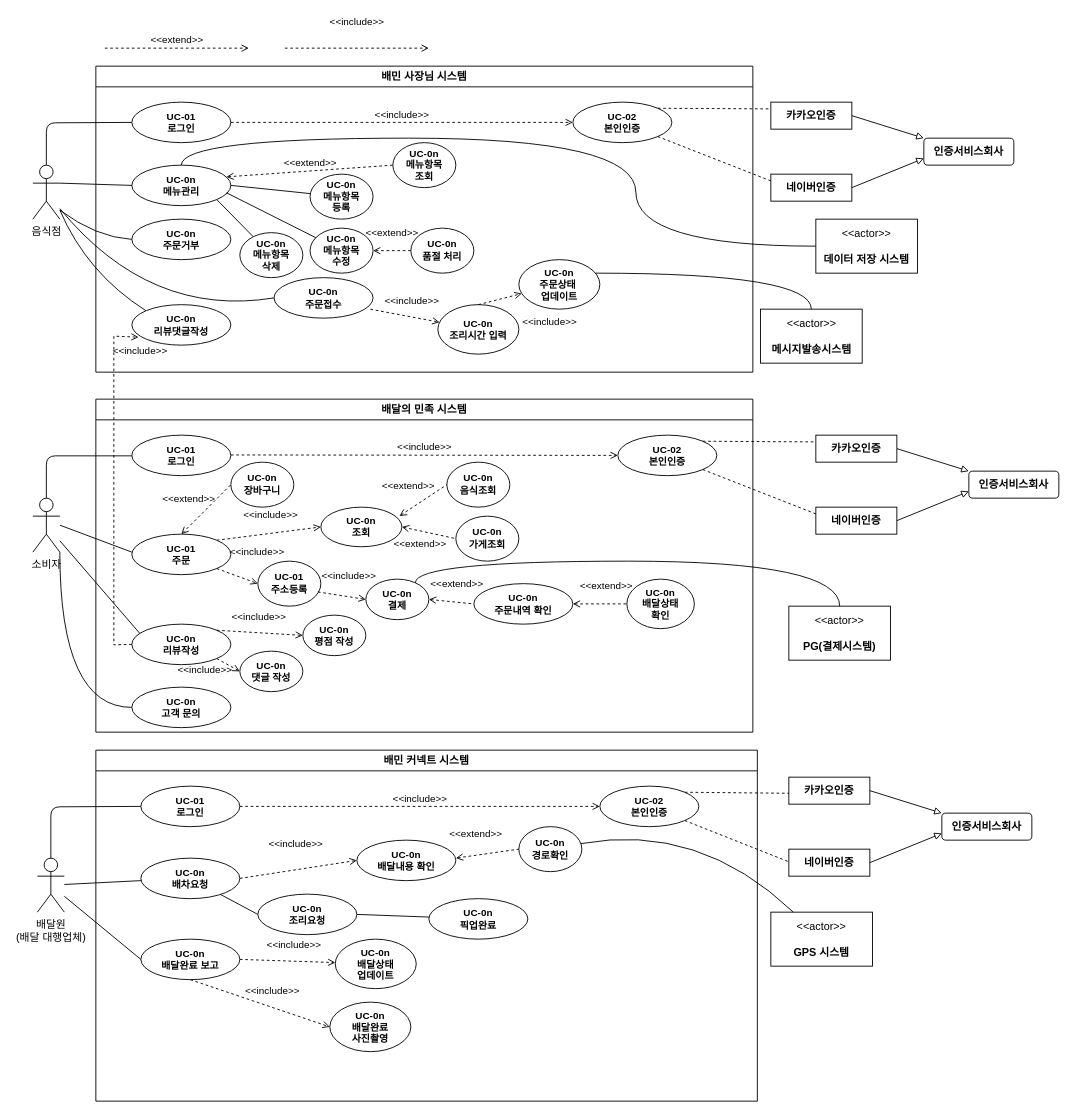
Above: 소웨공 기말.drawio in hyun10144/Lecture3-1 (draw.io), before the change. Source tidied: cells renumbered, new cells numbered last; positions are measured from the earlier drawing's top-left corner, leaving out a move shared by most shapes. Both pictures are drawn from the tidied source at 90%, with x=0, y=0 at pixel (32, 48).
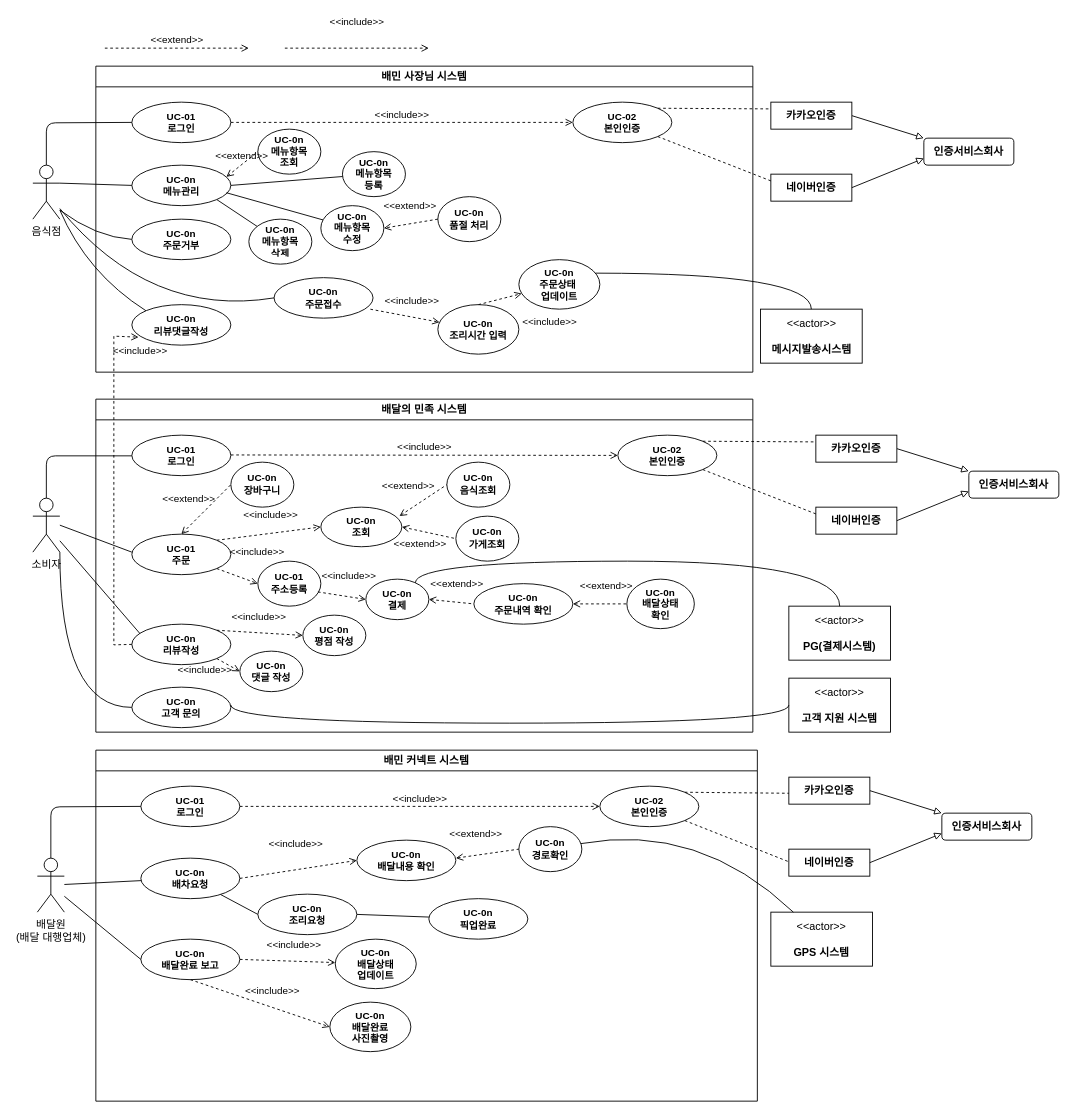
After the change.

Commit message (it also covers changes not shown here):
소웨공 기말.drawio 업데이트

The change refers to these unchanged cells:
```xml
<mxCell id="2" value="배민 사장님 시스템" style="swimlane;whiteSpace=wrap;html=1;" parent="1" vertex="1">
  <mxGeometry x="70" y="20" width="730" height="340" as="geometry" />
</mxCell>
<mxCell id="4" value="&lt;div&gt;&lt;b&gt;UC-0n&lt;/b&gt;&lt;/div&gt;&lt;b&gt;메뉴관리&lt;/b&gt;" style="ellipse;whiteSpace=wrap;html=1;fontFamily=Helvetica;fontSize=11;fontColor=default;labelBackgroundColor=default;" parent="2" vertex="1">
  <mxGeometry x="40" y="110" width="110" height="45" as="geometry" />
</mxCell>
```

Diff of the diagram source:
```diff
@@
     <mxCell id="9" value="&lt;div&gt;&lt;b&gt;UC-0n&lt;/b&gt;&lt;/div&gt;&lt;b&gt;메뉴항목&lt;/b&gt;&lt;div&gt;&lt;b&gt;조회&lt;/b&gt;&lt;/div&gt;" style="ellipse;whiteSpace=wrap;html=1;fontFamily=Helvetica;fontSize=11;fontColor=default;labelBackgroundColor=default;" parent="2" vertex="1">
-      <mxGeometry x="330" y="85" width="70" height="50" as="geometry" />
+      <mxGeometry x="180" y="70" width="70" height="50" as="geometry" />
     </mxCell>
@@
     <mxCell id="11" value="&lt;div&gt;&lt;b&gt;UC-0n&lt;/b&gt;&lt;/div&gt;&lt;b&gt;메뉴항목&lt;/b&gt;&lt;div&gt;&lt;b&gt;등록&lt;/b&gt;&lt;/div&gt;" style="ellipse;whiteSpace=wrap;html=1;fontFamily=Helvetica;fontSize=11;fontColor=default;labelBackgroundColor=default;" parent="2" vertex="1">
-      <mxGeometry x="238" y="120" width="70" height="50" as="geometry" />
+      <mxGeometry x="274" y="95" width="70" height="50" as="geometry" />
     </mxCell>
@@
     <mxCell id="16" value="&lt;div&gt;&lt;b&gt;UC-0n&lt;/b&gt;&lt;/div&gt;&lt;b&gt;메뉴항목&lt;/b&gt;&lt;div&gt;&lt;b&gt;수정&lt;/b&gt;&lt;/div&gt;" style="ellipse;whiteSpace=wrap;html=1;fontFamily=Helvetica;fontSize=11;fontColor=default;labelBackgroundColor=default;" parent="2" vertex="1">
-      <mxGeometry x="238" y="180" width="70" height="50" as="geometry" />
+      <mxGeometry x="250" y="155" width="70" height="50" as="geometry" />
     </mxCell>
@@
     <mxCell id="21" value="&lt;div&gt;&lt;b&gt;UC-0n&lt;/b&gt;&lt;/div&gt;&lt;b&gt;메뉴항목&lt;/b&gt;&lt;div&gt;&lt;b&gt;삭제&lt;/b&gt;&lt;/div&gt;" style="ellipse;whiteSpace=wrap;html=1;fontFamily=Helvetica;fontSize=11;fontColor=default;labelBackgroundColor=default;" parent="2" vertex="1">
-      <mxGeometry x="160" y="185" width="70" height="50" as="geometry" />
+      <mxGeometry x="170" y="170" width="70" height="50" as="geometry" />
     </mxCell>
     <mxCell id="22" value="&lt;div&gt;&lt;b&gt;UC-0n&lt;/b&gt;&lt;/div&gt;&lt;b&gt;품절 처리&lt;/b&gt;" style="ellipse;whiteSpace=wrap;html=1;fontFamily=Helvetica;fontSize=11;fontColor=default;labelBackgroundColor=default;" parent="2" vertex="1">
-      <mxGeometry x="350" y="180" width="70" height="50" as="geometry" />
+      <mxGeometry x="380" y="145" width="70" height="50" as="geometry" />
     </mxCell>
@@
-    <mxCell id="115" value="&amp;lt;&amp;lt;actor&amp;gt;&amp;gt;&lt;br&gt;&lt;br&gt;&lt;b&gt;데이터 저장 시스템&lt;/b&gt;" style="html=1;align=center;verticalAlign=middle;dashed=0;whiteSpace=wrap;" parent="1" vertex="1">
-      <mxGeometry x="870" y="190" width="113" height="60" as="geometry" />
-    </mxCell>
-    <mxCell id="116" style="edgeStyle=orthogonalEdgeStyle;rounded=0;jettySize=auto;html=1;exitX=0.5;exitY=0;exitDx=0;exitDy=0;curved=1;endArrow=none;endFill=0;entryX=0;entryY=0.5;entryDx=0;entryDy=0;" parent="1" edge="1" source="4" target="115">
-      <mxGeometry relative="1" as="geometry">
-        <Array as="points">
-          <mxPoint x="165" y="100" />
-          <mxPoint x="670" y="100" />
-          <mxPoint x="670" y="220" />
-        </Array>
-      </mxGeometry>
-    </mxCell>
@@
+    <mxCell id="118" value="&amp;lt;&amp;lt;actor&amp;gt;&amp;gt;&lt;br&gt;&lt;br&gt;&lt;b&gt;고객 지원 시스템&lt;/b&gt;" style="html=1;align=center;verticalAlign=middle;dashed=0;whiteSpace=wrap;" parent="1" vertex="1">
+      <mxGeometry x="840" y="700" width="113" height="60" as="geometry" />
+    </mxCell>
+    <mxCell id="119" style="edgeStyle=orthogonalEdgeStyle;rounded=0;jettySize=auto;html=1;entryX=0;entryY=0.5;entryDx=0;entryDy=0;curved=1;endArrow=none;endFill=0;" parent="1" edge="1" target="118">
+      <mxGeometry relative="1" as="geometry">
+        <mxPoint x="220" y="730" as="sourcePoint" />
+        <Array as="points">
+          <mxPoint x="220" y="750" />
+          <mxPoint x="840" y="750" />
+        </Array>
+      </mxGeometry>
+    </mxCell>
```
